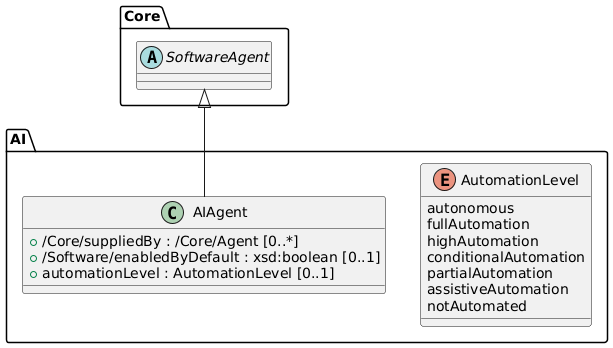
Earlier version of the PlantUML export docs/diagrams/aigent.png (bact/spdx-3-model).
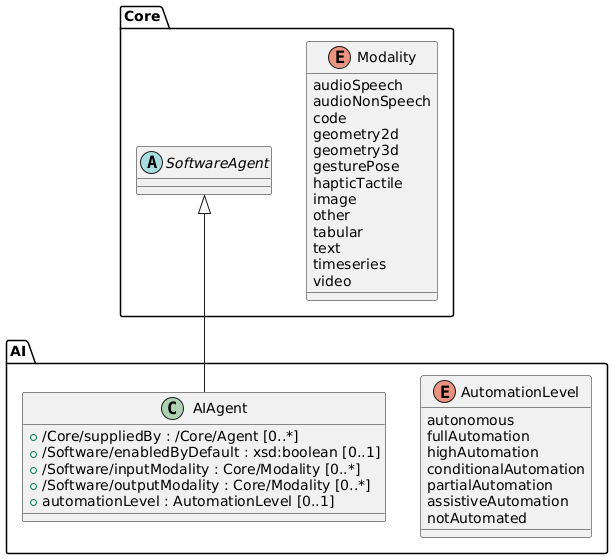
Above is the later version.

Commit message:
Add inputModality + outputModality

What changed in the source:
```diff
@@ -10,6 +10,8 @@
 class "AI/AIAgent" extends "Core/SoftwareAgent" {
     + /Core/suppliedBy : /Core/Agent [0..*]
     + /Software/enabledByDefault : xsd:boolean [0..1]
+    + /Software/inputModality : Core/Modality [0..*]
+    + /Software/outputModality : Core/Modality [0..*]
     + automationLevel : AutomationLevel [0..1]
 }
 
@@ -22,4 +24,20 @@
     assistiveAutomation
     notAutomated
 }
+
+enum "Core/Modality" {
+    audioSpeech
+    audioNonSpeech
+    code
+    geometry2d
+    geometry3d
+    gesturePose
+    hapticTactile
+    image
+    other
+    tabular
+    text
+    timeseries
+    video
+}
 @enduml
```
